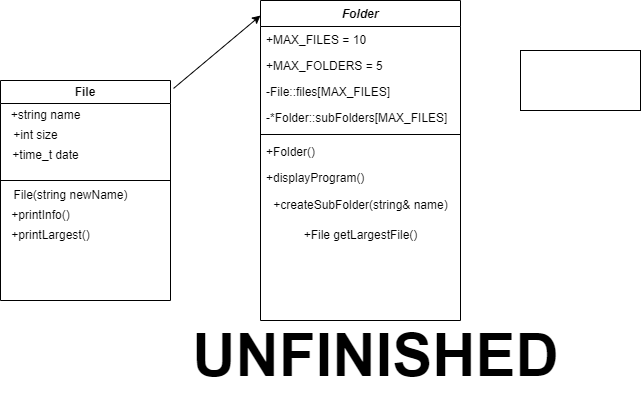
The draw.io diagram Compulsory 3 Diagram.drawio.png in Viiktorh/Compulsory-3, before a commit. Source tidied: cells renumbered, new cells last; positions are measured from the earlier drawing's top-left corner, leaving out a move shared by most shapes.
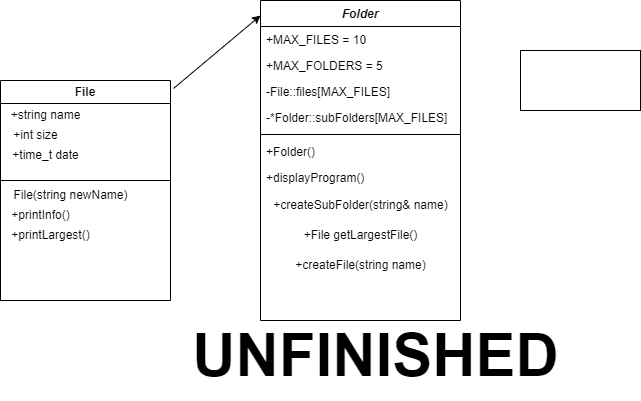
The same file after the commit.

Diff of the diagram source:
```diff
@@ -32,6 +32,9 @@
     <mxCell id="11" value="+File getLargestFile()" style="text;html=1;align=center;verticalAlign=middle;strokeColor=none;fillColor=none;" parent="2" vertex="1">
       <mxGeometry y="220" width="200" height="30" as="geometry" />
     </mxCell>
+    <mxCell id="23" value="+createFile(string name)" style="text;html=1;align=center;verticalAlign=middle;strokeColor=none;fillColor=none;" parent="2" vertex="1">
+      <mxGeometry y="250" width="200" height="30" as="geometry" />
+    </mxCell>
     <mxCell id="12" value="File" style="swimlane;whiteSpace=wrap;html=1;" parent="1" vertex="1">
       <mxGeometry y="80" width="170" height="220" as="geometry" />
     </mxCell>
```
